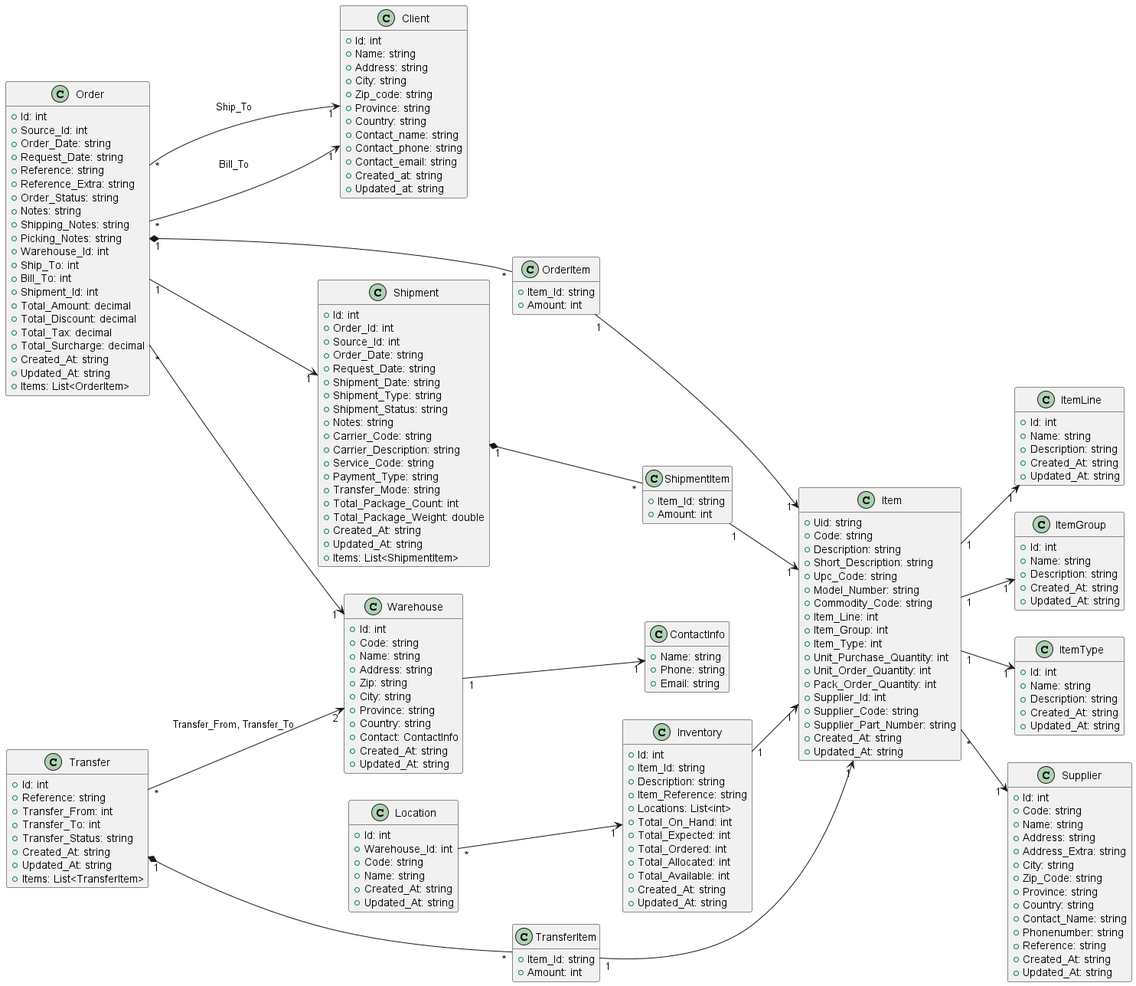
Before: out/Diagrams/classdiagram/classdiagram.png, a diagram exported from PlantUML (safouuwa/Software-Construction).
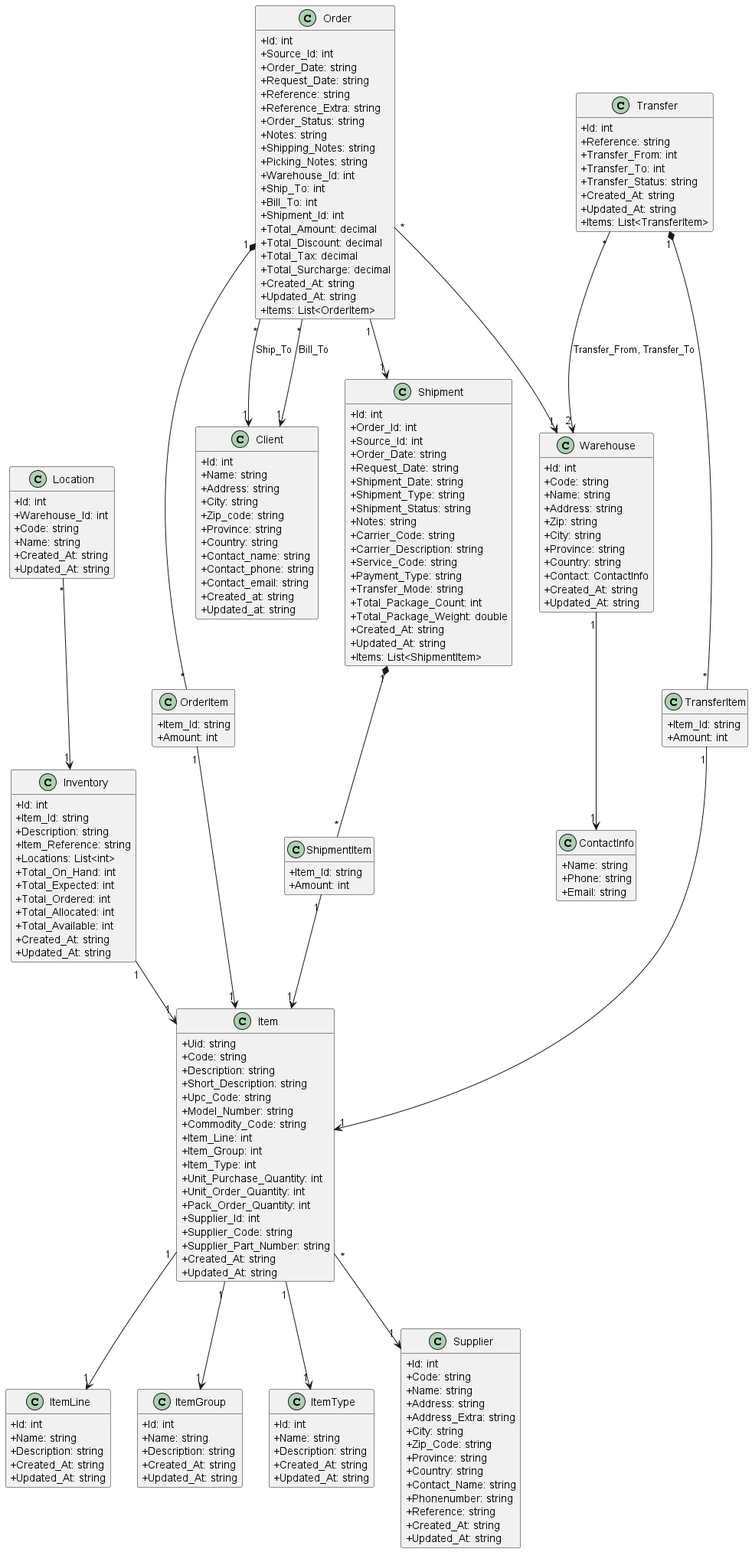
Later version of the same file.

Change to the diagram source:
```diff
@@ -1,24 +1,10 @@
 @startuml
 
-skinparam classAttributeIconSize 10
-left to right direction
+skinparam classAttributeIconSize 0
 hide empty members
 skinparam packageStyle rectangle
 
-class Client {
-  + Id: int
-  + Name: string
-  + Address: string
-  + City: string
-  + Zip_code: string
-  + Province: string
-  + Country: string
-  + Contact_name: string
-  + Contact_phone: string
-  + Contact_email: string
-  + Created_at: string
-  + Updated_at: string
-}
+
 
 class ItemLine {
   + Id: int
@@ -99,6 +85,21 @@
   + Created_At: string
   + Updated_At: string
   + Items: List<OrderItem>
+}
+
+class Client {
+  + Id: int
+  + Name: string
+  + Address: string
+  + City: string
+  + Zip_code: string
+  + Province: string
+  + Country: string
+  + Contact_name: string
+  + Contact_phone: string
+  + Contact_email: string
+  + Created_at: string
+  + Updated_at: string
 }
 
 class ShipmentItem {
```
